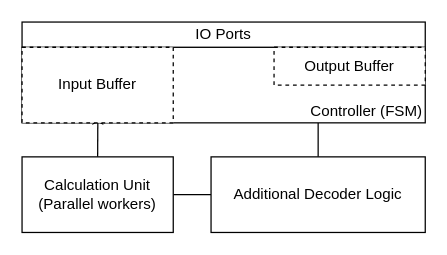
Before: page "Struct" (2 of 2) of diagram/p_dec.drawio in arnesacnussem/hpc, a draw.io diagram. Source tidied: cells renumbered, new cells numbered last; positions are measured from the earlier drawing's top-left corner, leaving out a move shared by most shapes. Both pictures are drawn from the tidied source at 126%, with x=0, y=0 at pixel (21, 21).
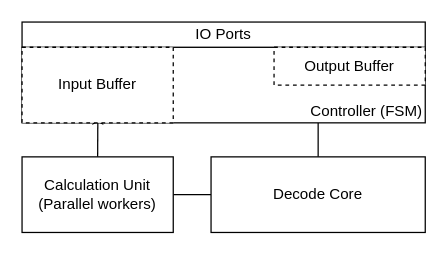
The same page after the edit.

Diff of the diagram source:
```diff
@@
 <mxGraphModel>
   <root>
     <mxCell id="0" />
     <mxCell id="1" parent="0" />
     <mxCell id="2" style="edgeStyle=none;html=1;endArrow=none;endFill=0;" parent="1" edge="1" source="8">
       <mxGeometry relative="1" as="geometry">
         <mxPoint x="235" y="80" as="targetPoint" />
       </mxGeometry>
     </mxCell>
     <mxCell id="3" style="edgeStyle=none;jettySize=auto;html=1;exitX=0.5;exitY=0;exitDx=0;exitDy=0;entryX=0.188;entryY=0.875;entryDx=0;entryDy=0;entryPerimeter=0;" parent="1" edge="1" source="7" target="4">
       <mxGeometry relative="1" as="geometry" />
     </mxCell>
     <mxCell id="4" value="Controller (FSM)" style="whiteSpace=wrap;html=1;align=right;horizontal=1;verticalAlign=bottom;" parent="1" vertex="1">
       <mxGeometry y="20" width="320" height="60" as="geometry" />
     </mxCell>
     <mxCell id="5" value="IO Ports" style="whiteSpace=wrap;html=1;" parent="1" vertex="1">
       <mxGeometry width="320" height="20" as="geometry" />
     </mxCell>
     <mxCell id="6" style="edgeStyle=none;html=1;endArrow=none;endFill=0;" parent="1" edge="1" source="7" target="8">
       <mxGeometry relative="1" as="geometry" />
     </mxCell>
     <mxCell id="7" value="Calculation&amp;nbsp;Unit&lt;br&gt;(Parallel workers)" style="whiteSpace=wrap;html=1;" parent="1" vertex="1">
       <mxGeometry y="107" width="120" height="60" as="geometry" />
     </mxCell>
-    <mxCell id="8" value="Additional Decoder Logic" style="whiteSpace=wrap;html=1;" parent="1" vertex="1">
+    <mxCell id="8" value="Decode Core" style="whiteSpace=wrap;html=1;" parent="1" vertex="1">
       <mxGeometry x="150" y="107" width="170" height="60" as="geometry" />
     </mxCell>
     <mxCell id="9" value="Input Buffer" style="whiteSpace=wrap;html=1;dashed=1;" parent="1" vertex="1">
       <mxGeometry y="20" width="120" height="60" as="geometry" />
     </mxCell>
     <mxCell id="10" value="Output Buffer" style="whiteSpace=wrap;html=1;dashed=1;" parent="1" vertex="1">
       <mxGeometry x="200" y="20" width="120" height="30" as="geometry" />
     </mxCell>
   </root>
 </mxGraphModel>
```
